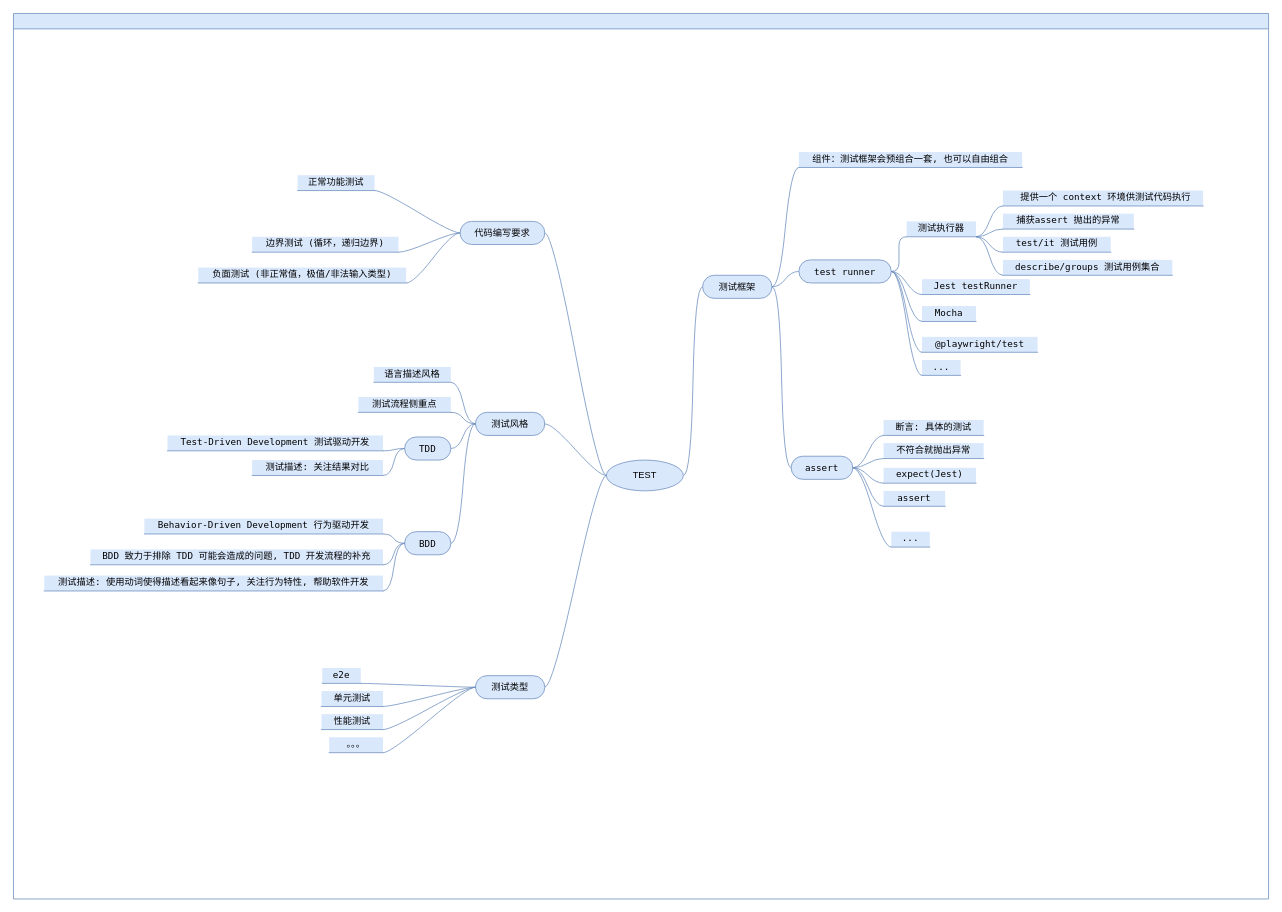
The draw.io diagram page "测试概述" (1 of 4) of code-test/test.drawio in NiLinli/learn-web, before the edit. Source tidied: cells renumbered, new cells numbered last; positions are measured from the earlier drawing's top-left corner, leaving out a move shared by most shapes. Both pictures are drawn from the tidied source at 77%, with x=0, y=0 at pixel (13, 13).
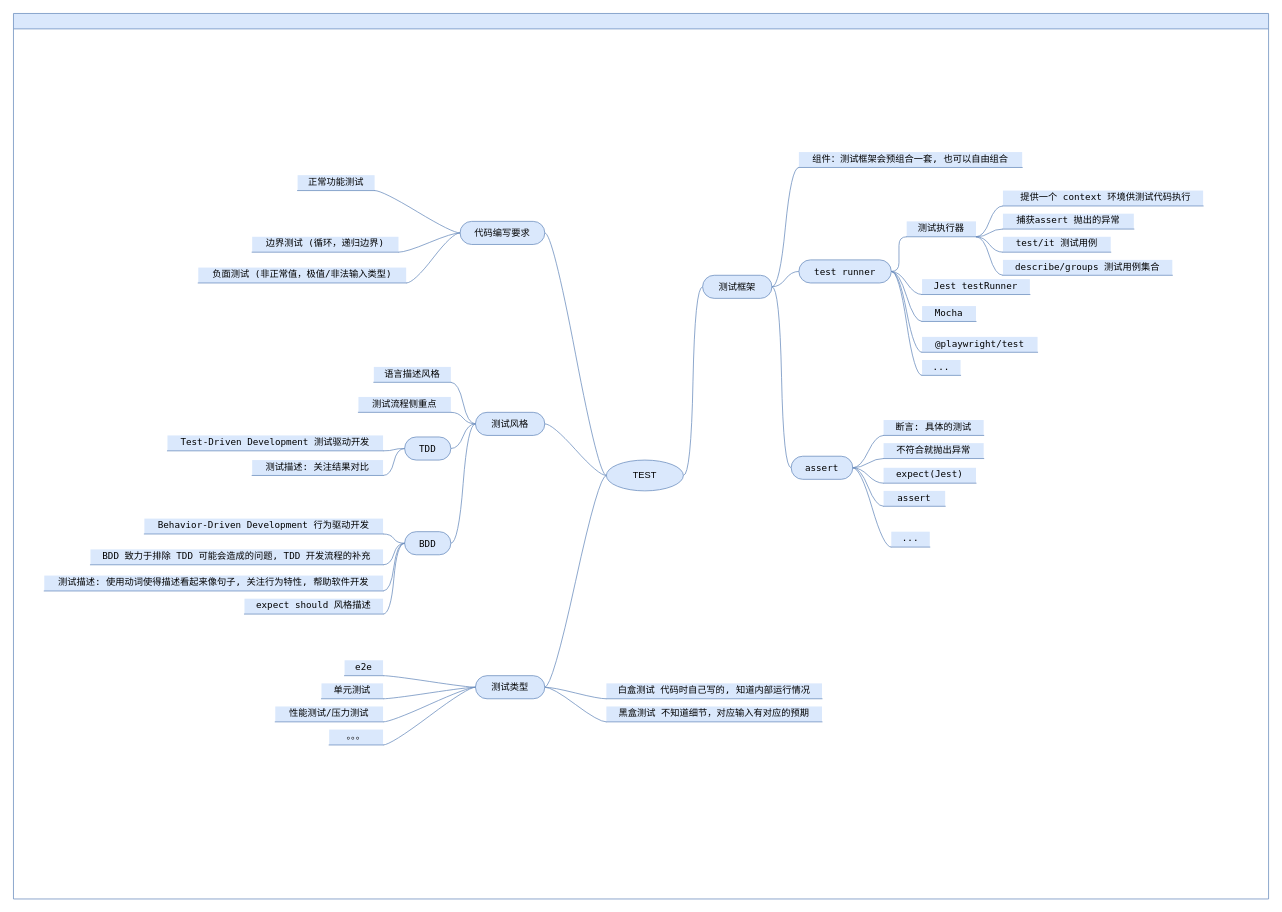
The same diagram, later.

The change refers to these unchanged cells:
```xml
<mxCell id="2" style="swimlane;startSize=20;horizontal=1;containerType=tree;fillColor=#dae8fc;strokeColor=#6c8ebf;fontSize=12;labelBackgroundColor=none;fontColor=#000000;fontStyle=0;" parent="1" vertex="1">
  <mxGeometry width="1630" height="1150" as="geometry" />
</mxCell>
<mxCell id="23" value="&lt;div style=&quot;font-family: menlo, monaco, &amp;quot;courier new&amp;quot;, monospace; line-height: 18px; font-size: 12px;&quot;&gt;&lt;span style=&quot;font-size: 12px;&quot;&gt;BDD&lt;/span&gt;&lt;/div&gt;" style="whiteSpace=wrap;html=1;rounded=1;arcSize=50;align=center;verticalAlign=middle;strokeWidth=1;spacing=4;newEdgeStyle={&quot;edgeStyle&quot;:&quot;entityRelationEdgeStyle&quot;,&quot;startArrow&quot;:&quot;none&quot;,&quot;endArrow&quot;:&quot;none&quot;,&quot;segment&quot;:10,&quot;curved&quot;:1};fillColor=#dae8fc;strokeColor=#6c8ebf;fontSize=12;labelBackgroundColor=none;fontColor=#000000;fontStyle=0;" parent="2" vertex="1">
  <mxGeometry x="508" y="673" width="60" height="30" as="geometry" />
</mxCell>
<mxCell id="45" value="测试类型" style="whiteSpace=wrap;html=1;rounded=1;arcSize=50;align=center;verticalAlign=middle;strokeWidth=1;spacing=4;newEdgeStyle={&quot;edgeStyle&quot;:&quot;entityRelationEdgeStyle&quot;,&quot;startArrow&quot;:&quot;none&quot;,&quot;endArrow&quot;:&quot;none&quot;,&quot;segment&quot;:10,&quot;curved&quot;:1};fillColor=#dae8fc;strokeColor=#6c8ebf;fontSize=12;labelBackgroundColor=none;fontColor=#000000;fontStyle=0;" parent="2" vertex="1">
  <mxGeometry x="600" y="860" width="90" height="30" as="geometry" />
</mxCell>
```

Change to the diagram source:
```diff
@@
     <mxCell id="46" value="&lt;div style=&quot;font-family: &amp;#34;menlo&amp;#34; , &amp;#34;monaco&amp;#34; , &amp;#34;courier new&amp;#34; , monospace ; line-height: 18px ; font-size: 12px&quot;&gt;e2e&lt;/div&gt;" style="whiteSpace=wrap;html=1;shape=partialRectangle;top=0;left=0;bottom=1;right=0;points=[[0,1],[1,1]];fillColor=#dae8fc;align=center;verticalAlign=bottom;routingCenterY=0.5;snapToPoint=1;newEdgeStyle={&quot;edgeStyle&quot;:&quot;entityRelationEdgeStyle&quot;,&quot;startArrow&quot;:&quot;none&quot;,&quot;endArrow&quot;:&quot;none&quot;,&quot;segment&quot;:10,&quot;curved&quot;:1};strokeColor=#6c8ebf;fontSize=12;labelBackgroundColor=none;fontColor=#000000;fontStyle=0;" parent="2" vertex="1">
-      <mxGeometry x="401" y="850" width="50" height="20" as="geometry" />
+      <mxGeometry x="430" y="840" width="50" height="20" as="geometry" />
     </mxCell>
@@
     <mxCell id="49" value="&lt;div style=&quot;font-family: menlo, monaco, &amp;quot;courier new&amp;quot;, monospace; line-height: 18px; font-size: 12px;&quot;&gt;&lt;span style=&quot;font-size: 12px;&quot;&gt;单元测试&lt;/span&gt;&lt;/div&gt;" style="whiteSpace=wrap;html=1;shape=partialRectangle;top=0;left=0;bottom=1;right=0;points=[[0,1],[1,1]];fillColor=#dae8fc;align=center;verticalAlign=bottom;routingCenterY=0.5;snapToPoint=1;newEdgeStyle={&quot;edgeStyle&quot;:&quot;entityRelationEdgeStyle&quot;,&quot;startArrow&quot;:&quot;none&quot;,&quot;endArrow&quot;:&quot;none&quot;,&quot;segment&quot;:10,&quot;curved&quot;:1};strokeColor=#6c8ebf;fontSize=12;labelBackgroundColor=none;fontColor=#000000;fontStyle=0;" parent="2" vertex="1">
-      <mxGeometry x="400" y="880" width="80" height="20" as="geometry" />
+      <mxGeometry x="400" y="870" width="80" height="20" as="geometry" />
     </mxCell>
@@
-    <mxCell id="51" value="&lt;div style=&quot;font-family: menlo, monaco, &amp;quot;courier new&amp;quot;, monospace; line-height: 18px; font-size: 12px;&quot;&gt;&lt;span style=&quot;font-size: 12px;&quot;&gt;性能测试&lt;/span&gt;&lt;/div&gt;" style="whiteSpace=wrap;html=1;shape=partialRectangle;top=0;left=0;bottom=1;right=0;points=[[0,1],[1,1]];fillColor=#dae8fc;align=center;verticalAlign=bottom;routingCenterY=0.5;snapToPoint=1;newEdgeStyle={&quot;edgeStyle&quot;:&quot;entityRelationEdgeStyle&quot;,&quot;startArrow&quot;:&quot;none&quot;,&quot;endArrow&quot;:&quot;none&quot;,&quot;segment&quot;:10,&quot;curved&quot;:1};strokeColor=#6c8ebf;fontSize=12;labelBackgroundColor=none;fontColor=#000000;fontStyle=0;" parent="2" vertex="1">
-      <mxGeometry x="400" y="910" width="80" height="20" as="geometry" />
+    <mxCell id="51" value="&lt;div style=&quot;font-family: &amp;#34;menlo&amp;#34; , &amp;#34;monaco&amp;#34; , &amp;#34;courier new&amp;#34; , monospace ; line-height: 18px ; font-size: 12px&quot;&gt;&lt;span style=&quot;font-size: 12px&quot;&gt;性能测试/压力测试&lt;/span&gt;&lt;/div&gt;" style="whiteSpace=wrap;html=1;shape=partialRectangle;top=0;left=0;bottom=1;right=0;points=[[0,1],[1,1]];fillColor=#dae8fc;align=center;verticalAlign=bottom;routingCenterY=0.5;snapToPoint=1;newEdgeStyle={&quot;edgeStyle&quot;:&quot;entityRelationEdgeStyle&quot;,&quot;startArrow&quot;:&quot;none&quot;,&quot;endArrow&quot;:&quot;none&quot;,&quot;segment&quot;:10,&quot;curved&quot;:1};strokeColor=#6c8ebf;fontSize=12;labelBackgroundColor=none;fontColor=#000000;fontStyle=0;" parent="2" vertex="1">
+      <mxGeometry x="340" y="900" width="140" height="20" as="geometry" />
     </mxCell>
@@
     <mxCell id="53" value="&lt;div style=&quot;font-family: menlo, monaco, &amp;quot;courier new&amp;quot;, monospace; line-height: 18px; font-size: 12px;&quot;&gt;。。。&lt;/div&gt;" style="whiteSpace=wrap;html=1;shape=partialRectangle;top=0;left=0;bottom=1;right=0;points=[[0,1],[1,1]];fillColor=#dae8fc;align=center;verticalAlign=bottom;routingCenterY=0.5;snapToPoint=1;newEdgeStyle={&quot;edgeStyle&quot;:&quot;entityRelationEdgeStyle&quot;,&quot;startArrow&quot;:&quot;none&quot;,&quot;endArrow&quot;:&quot;none&quot;,&quot;segment&quot;:10,&quot;curved&quot;:1};strokeColor=#6c8ebf;fontSize=12;labelBackgroundColor=none;fontColor=#000000;fontStyle=0;" parent="2" vertex="1">
-      <mxGeometry x="410" y="940" width="70" height="20" as="geometry" />
+      <mxGeometry x="410" y="930" width="70" height="20" as="geometry" />
     </mxCell>
@@
+    <mxCell id="78" style="edgeStyle=entityRelationEdgeStyle;startArrow=none;endArrow=none;segment=10;curved=1;rounded=0;fillColor=#dae8fc;strokeColor=#6c8ebf;fontSize=12;labelBackgroundColor=none;fontColor=#000000;fontStyle=0;" parent="2" edge="1" source="23" target="79">
+      <mxGeometry relative="1" as="geometry" />
+    </mxCell>
+    <mxCell id="79" value="&lt;div style=&quot;font-family: &amp;#34;menlo&amp;#34; , &amp;#34;monaco&amp;#34; , &amp;#34;courier new&amp;#34; , monospace ; line-height: 18px ; font-size: 12px&quot;&gt;expect should 风格描述&lt;/div&gt;" style="whiteSpace=wrap;html=1;shape=partialRectangle;top=0;left=0;bottom=1;right=0;points=[[0,1],[1,1]];fillColor=#dae8fc;align=center;verticalAlign=bottom;routingCenterY=0.5;snapToPoint=1;newEdgeStyle={&quot;edgeStyle&quot;:&quot;entityRelationEdgeStyle&quot;,&quot;startArrow&quot;:&quot;none&quot;,&quot;endArrow&quot;:&quot;none&quot;,&quot;segment&quot;:10,&quot;curved&quot;:1};strokeColor=#6c8ebf;fontSize=12;labelBackgroundColor=none;fontColor=#000000;fontStyle=0;" parent="2" vertex="1">
+      <mxGeometry x="300" y="760" width="180" height="20" as="geometry" />
+    </mxCell>
+    <mxCell id="80" style="edgeStyle=entityRelationEdgeStyle;startArrow=none;endArrow=none;segment=10;curved=1;rounded=0;fillColor=#dae8fc;strokeColor=#6c8ebf;fontSize=12;labelBackgroundColor=none;fontColor=#000000;fontStyle=0;" parent="2" edge="1" source="45" target="81">
+      <mxGeometry relative="1" as="geometry" />
+    </mxCell>
+    <mxCell id="81" value="&lt;div style=&quot;font-family: &amp;#34;menlo&amp;#34; , &amp;#34;monaco&amp;#34; , &amp;#34;courier new&amp;#34; , monospace ; line-height: 18px ; font-size: 12px&quot;&gt;白盒测试 代码时自己写的, 知道内部运行情况&lt;br&gt;&lt;/div&gt;" style="whiteSpace=wrap;html=1;shape=partialRectangle;top=0;left=0;bottom=1;right=0;points=[[0,1],[1,1]];fillColor=#dae8fc;align=center;verticalAlign=bottom;routingCenterY=0.5;snapToPoint=1;newEdgeStyle={&quot;edgeStyle&quot;:&quot;entityRelationEdgeStyle&quot;,&quot;startArrow&quot;:&quot;none&quot;,&quot;endArrow&quot;:&quot;none&quot;,&quot;segment&quot;:10,&quot;curved&quot;:1};strokeColor=#6c8ebf;fontSize=12;labelBackgroundColor=none;fontColor=#000000;fontStyle=0;" parent="2" vertex="1">
+      <mxGeometry x="770" y="870" width="280" height="20" as="geometry" />
+    </mxCell>
+    <mxCell id="82" style="edgeStyle=entityRelationEdgeStyle;startArrow=none;endArrow=none;segment=10;curved=1;rounded=0;fillColor=#dae8fc;strokeColor=#6c8ebf;fontSize=12;labelBackgroundColor=none;fontColor=#000000;fontStyle=0;" parent="2" edge="1" source="45" target="83">
+      <mxGeometry relative="1" as="geometry" />
+    </mxCell>
+    <mxCell id="83" value="&lt;div style=&quot;font-family: &amp;#34;menlo&amp;#34; , &amp;#34;monaco&amp;#34; , &amp;#34;courier new&amp;#34; , monospace ; line-height: 18px ; font-size: 12px&quot;&gt;黑盒测试 不知道细节，对应输入有对应的预期&lt;br&gt;&lt;/div&gt;" style="whiteSpace=wrap;html=1;shape=partialRectangle;top=0;left=0;bottom=1;right=0;points=[[0,1],[1,1]];fillColor=#dae8fc;align=center;verticalAlign=bottom;routingCenterY=0.5;snapToPoint=1;newEdgeStyle={&quot;edgeStyle&quot;:&quot;entityRelationEdgeStyle&quot;,&quot;startArrow&quot;:&quot;none&quot;,&quot;endArrow&quot;:&quot;none&quot;,&quot;segment&quot;:10,&quot;curved&quot;:1};strokeColor=#6c8ebf;fontSize=12;labelBackgroundColor=none;fontColor=#000000;fontStyle=0;" parent="2" vertex="1">
+      <mxGeometry x="770" y="900" width="280" height="20" as="geometry" />
+    </mxCell>
```
